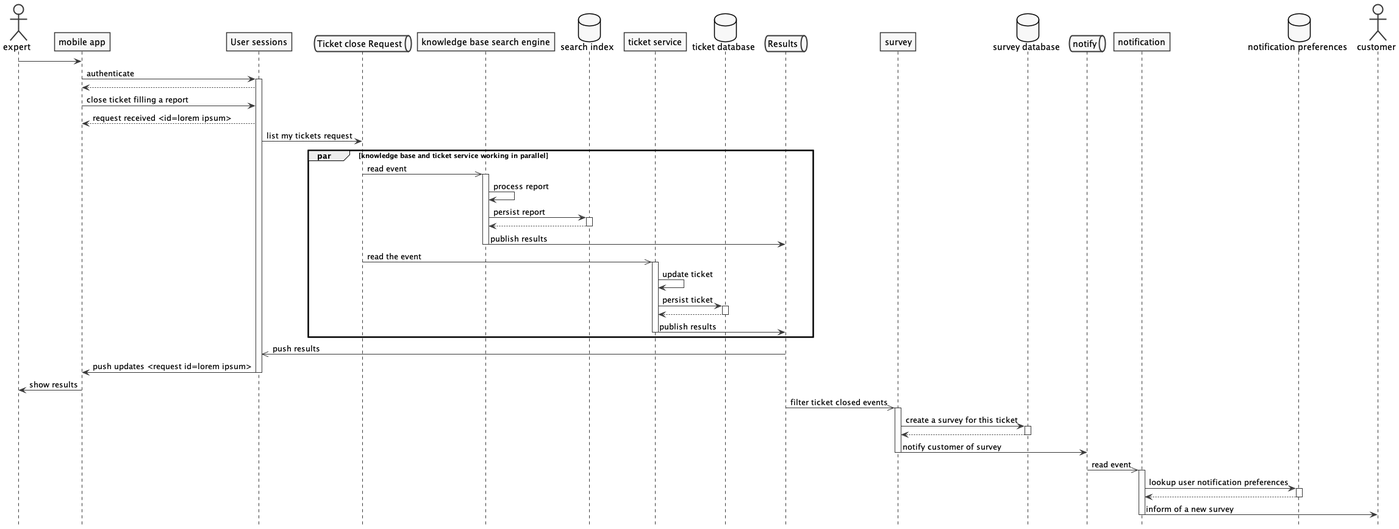
myaser/architecture-kata keeps this PlantUML diagram as docs/diagrams/out/expert-sequence-diagram/expert closes a ticket.png. Above is the earlier version.
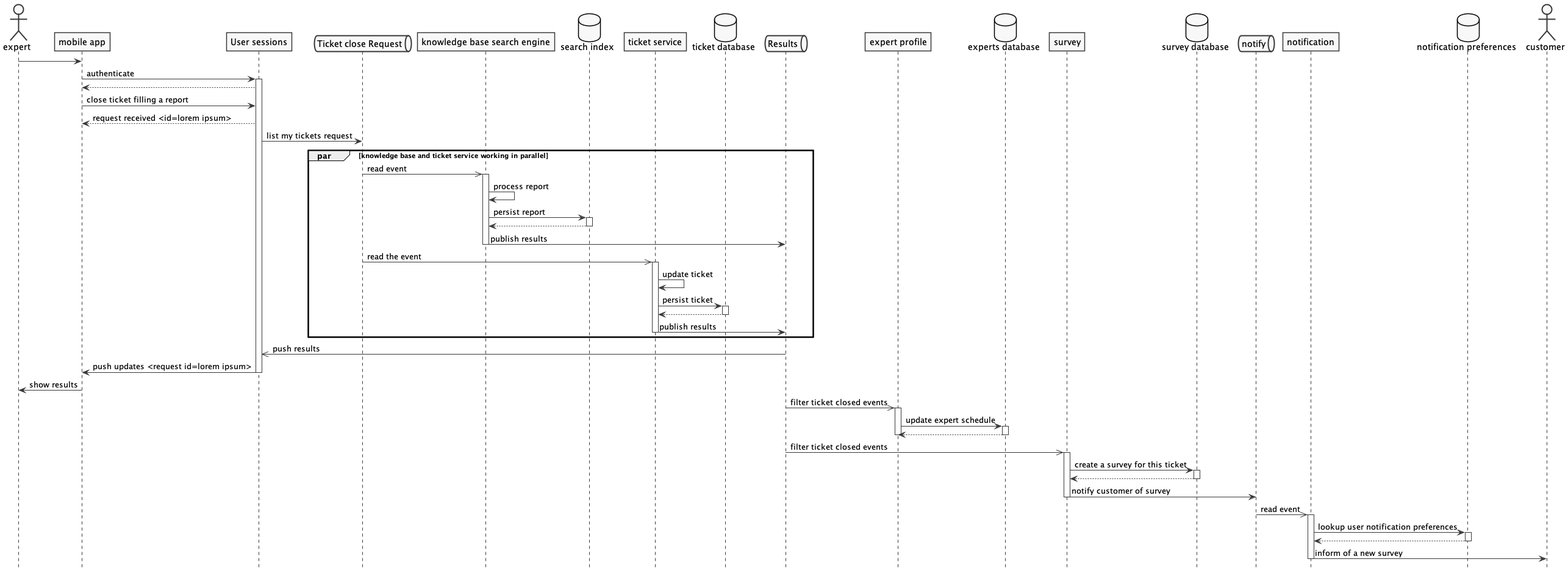
Later version of the same file.

Commit message:
correct diagrams

Diff of the diagram source:
```diff
@@ -12,6 +12,8 @@
 participant "ticket service" as ticket
 database "ticket database" as db
 queue "Results" as resQueue
+participant "expert profile" as expertProfile
+database "experts database" as expertDB
 participant "survey" as survey
 database "survey database" as surveyDB
 queue "notify" as notify
@@ -55,6 +57,14 @@
 deactivate sessions
 mob -> expert: show results
 
+resQueue ->> expertProfile: filter ticket closed events
+activate expertProfile
+expertProfile -> expertDB: update expert schedule
+activate expertDB
+expertProfile <-- expertDB
+deactivate expertDB
+deactivate expertProfile
+
 resQueue ->> survey: filter ticket closed events
 activate survey
 survey -> surveyDB: create a survey for this ticket
```
